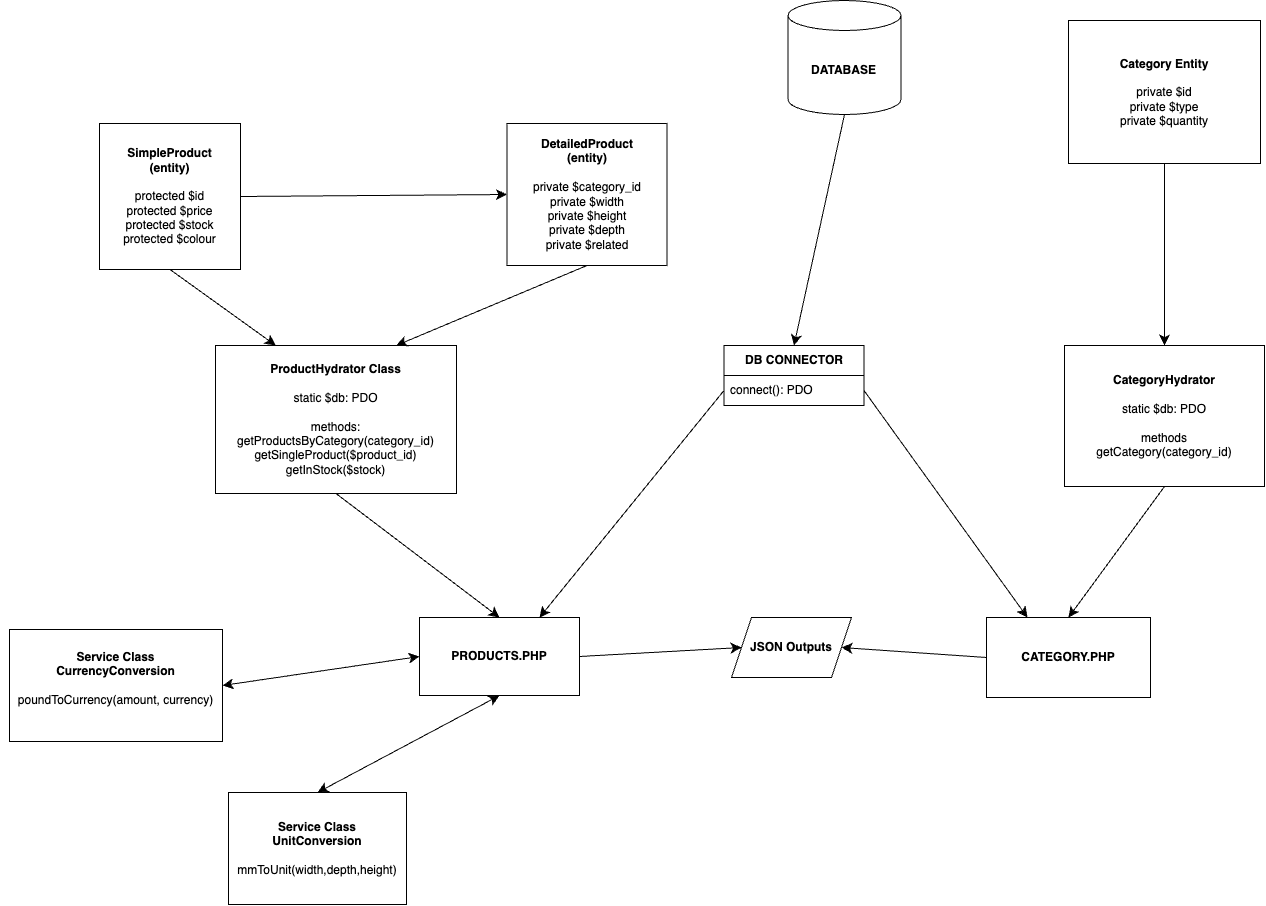
Before: furnitureStoreApi.drawio.png, a diagram exported from draw.io (iO-Academy/24-jul-hippos-furniture-store-API). Source tidied: cells renumbered, new cells last; positions are measured from the earlier drawing's top-left corner, leaving out a move shared by most shapes. The source it was exported from:
```xml
<mxGraphModel>
  <root>
    <mxCell id="0" />
    <mxCell id="1" parent="0" />
    <mxCell id="2" style="edgeStyle=none;curved=1;rounded=0;jettySize=auto;html=1;exitX=1;exitY=0.5;exitDx=0;exitDy=0;fontSize=12;startSize=8;endSize=8;entryX=0.25;entryY=0;entryDx=0;entryDy=0;" parent="1" edge="1" source="27" target="18">
      <mxGeometry relative="1" as="geometry" />
    </mxCell>
    <mxCell id="3" value="&lt;b&gt;Category Entity&lt;/b&gt;&lt;div&gt;&lt;br&gt;&lt;/div&gt;&lt;div&gt;private $id&lt;/div&gt;&lt;div&gt;private $type&lt;/div&gt;&lt;div&gt;private $quantity&lt;/div&gt;" style="rounded=0;whiteSpace=wrap;html=1;" parent="1" vertex="1">
      <mxGeometry x="1059" y="20" width="192" height="143" as="geometry" />
    </mxCell>
    <mxCell id="4" style="edgeStyle=none;curved=1;rounded=0;jettySize=auto;html=1;exitX=0.5;exitY=1;exitDx=0;exitDy=0;entryX=0.5;entryY=0;entryDx=0;entryDy=0;fontSize=12;startSize=8;endSize=8;" parent="1" edge="1" source="5" target="18">
      <mxGeometry relative="1" as="geometry" />
    </mxCell>
    <mxCell id="5" value="&lt;b&gt;CategoryHydrator&lt;/b&gt;&lt;div&gt;&lt;br&gt;&lt;/div&gt;&lt;div&gt;static $db: PDO&lt;br&gt;&lt;div&gt;&lt;br&gt;&lt;/div&gt;&lt;div&gt;&lt;div&gt;methods&lt;/div&gt;&lt;div&gt;getCategory(category_id)&lt;/div&gt;&lt;/div&gt;&lt;/div&gt;" style="rounded=0;whiteSpace=wrap;html=1;" parent="1" vertex="1">
      <mxGeometry x="1055" y="345" width="200" height="141" as="geometry" />
    </mxCell>
    <mxCell id="6" style="edgeStyle=none;curved=1;rounded=0;jettySize=auto;html=1;exitX=0.5;exitY=1;exitDx=0;exitDy=0;entryX=0.5;entryY=0;entryDx=0;entryDy=0;fontSize=12;startSize=8;endSize=8;" parent="1" edge="1" source="7" target="20">
      <mxGeometry relative="1" as="geometry" />
    </mxCell>
    <mxCell id="7" value="&lt;b&gt;ProductHydrator Class&lt;/b&gt;&lt;div&gt;&lt;br&gt;&lt;/div&gt;&lt;div&gt;static $db: PDO&lt;br&gt;&lt;div&gt;&lt;br&gt;&lt;/div&gt;&lt;div&gt;&lt;div&gt;methods:&lt;/div&gt;&lt;div&gt;getProductsByCategory(category_id)&lt;/div&gt;&lt;div&gt;getSingleProduct($product_id)&lt;/div&gt;&lt;/div&gt;&lt;/div&gt;&lt;div&gt;getInStock($stock)&lt;/div&gt;" style="rounded=0;whiteSpace=wrap;html=1;" parent="1" vertex="1">
      <mxGeometry x="206" y="345" width="241" height="148" as="geometry" />
    </mxCell>
    <mxCell id="8" style="edgeStyle=none;curved=1;rounded=0;jettySize=auto;html=1;exitX=0.5;exitY=1;exitDx=0;exitDy=0;entryX=0.25;entryY=0;entryDx=0;entryDy=0;fontSize=12;startSize=8;endSize=8;" parent="1" edge="1" source="10" target="7">
      <mxGeometry relative="1" as="geometry" />
    </mxCell>
    <mxCell id="9" style="edgeStyle=none;curved=1;rounded=0;jettySize=auto;html=1;exitX=1;exitY=0.5;exitDx=0;exitDy=0;entryX=0;entryY=0.5;entryDx=0;entryDy=0;fontSize=12;startSize=8;endSize=8;" parent="1" edge="1" source="10" target="22">
      <mxGeometry relative="1" as="geometry" />
    </mxCell>
    <mxCell id="10" value="&lt;b&gt;SimpleProduct&lt;/b&gt;&lt;div&gt;&lt;b&gt;(entity)&lt;br&gt;&lt;/b&gt;&lt;div&gt;&lt;br&gt;&lt;/div&gt;&lt;div&gt;protected $id&lt;/div&gt;&lt;div&gt;protected $price&lt;/div&gt;&lt;div&gt;protected $stock&lt;/div&gt;&lt;div&gt;protected $colour&lt;/div&gt;&lt;/div&gt;" style="rounded=0;whiteSpace=wrap;html=1;" parent="1" vertex="1">
      <mxGeometry x="90" y="123" width="141" height="146" as="geometry" />
    </mxCell>
    <mxCell id="11" style="endArrow=classic;html=1;rounded=0;fontSize=12;startSize=8;endSize=8;curved=1;exitX=0;exitY=0.5;exitDx=0;exitDy=0;entryX=0.75;entryY=0;entryDx=0;entryDy=0;" parent="1" edge="1" source="27" target="20">
      <mxGeometry relative="1" as="geometry" />
    </mxCell>
    <mxCell id="12" style="endArrow=classic;html=1;rounded=0;fontSize=12;startSize=8;endSize=8;curved=1;exitX=0.5;exitY=1;exitDx=0;exitDy=0;entryX=0.5;entryY=0;entryDx=0;entryDy=0;" parent="1" edge="1" source="3" target="5">
      <mxGeometry relative="1" as="geometry" />
    </mxCell>
    <mxCell id="13" style="endArrow=classic;html=1;rounded=0;fontSize=12;startSize=8;endSize=8;curved=1;exitX=0.5;exitY=1;exitDx=0;exitDy=0;entryX=0.5;entryY=0;entryDx=0;entryDy=0;exitPerimeter=0;" parent="1" edge="1" source="25" target="26">
      <mxGeometry relative="1" as="geometry" />
    </mxCell>
    <mxCell id="14" value="&lt;b&gt;Service Class&lt;/b&gt;&lt;div&gt;&lt;b&gt;UnitConversion&lt;/b&gt;&lt;/div&gt;&lt;div&gt;&lt;br&gt;&lt;/div&gt;&lt;div&gt;mmToUnit(width,depth,height)&lt;/div&gt;" style="rounded=0;whiteSpace=wrap;html=1;" parent="1" vertex="1">
      <mxGeometry x="219" y="792" width="178" height="112" as="geometry" />
    </mxCell>
    <mxCell id="15" value="&lt;b&gt;Service Class&lt;/b&gt;&lt;div&gt;&lt;b&gt;CurrencyConversion&lt;/b&gt;&lt;/div&gt;&lt;div&gt;&lt;br&gt;&lt;/div&gt;&lt;div&gt;poundToCurrency(amount, currency)&lt;/div&gt;&lt;div&gt;&lt;br&gt;&lt;/div&gt;" style="rounded=0;whiteSpace=wrap;html=1;" parent="1" vertex="1">
      <mxGeometry y="629" width="213" height="112" as="geometry" />
    </mxCell>
    <mxCell id="16" style="edgeStyle=none;curved=1;rounded=0;orthogonalLoop=1;jettySize=auto;html=1;exitX=0;exitY=1;exitDx=0;exitDy=0;fontSize=12;startSize=8;endSize=8;" parent="1" edge="1" source="15" target="15">
      <mxGeometry relative="1" as="geometry" />
    </mxCell>
    <mxCell id="17" style="edgeStyle=none;curved=1;rounded=0;jettySize=auto;html=1;exitX=0;exitY=0.5;exitDx=0;exitDy=0;entryX=1;entryY=0.5;entryDx=0;entryDy=0;fontSize=12;startSize=8;endSize=8;" parent="1" edge="1" source="18" target="28">
      <mxGeometry relative="1" as="geometry" />
    </mxCell>
    <mxCell id="18" value="&lt;b&gt;CATEGORY.PHP&lt;/b&gt;" style="rounded=0;whiteSpace=wrap;html=1;" parent="1" vertex="1">
      <mxGeometry x="977" y="617" width="164" height="80" as="geometry" />
    </mxCell>
    <mxCell id="19" style="edgeStyle=none;curved=1;rounded=0;jettySize=auto;html=1;exitX=1;exitY=0.5;exitDx=0;exitDy=0;entryX=0;entryY=0.5;entryDx=0;entryDy=0;fontSize=12;startSize=8;endSize=8;" parent="1" edge="1" source="20" target="28">
      <mxGeometry relative="1" as="geometry" />
    </mxCell>
    <mxCell id="20" value="&lt;b&gt;PRODUCTS.PHP&lt;/b&gt;" style="rounded=0;whiteSpace=wrap;html=1;" parent="1" vertex="1">
      <mxGeometry x="410" y="617" width="160" height="78" as="geometry" />
    </mxCell>
    <mxCell id="21" style="edgeStyle=none;curved=1;rounded=0;jettySize=auto;html=1;exitX=0.5;exitY=1;exitDx=0;exitDy=0;entryX=0.75;entryY=0;entryDx=0;entryDy=0;fontSize=12;startSize=8;endSize=8;" parent="1" edge="1" source="22" target="7">
      <mxGeometry relative="1" as="geometry" />
    </mxCell>
    <mxCell id="22" value="&lt;b&gt;DetailedProduct&lt;/b&gt;&lt;div&gt;&lt;b&gt;(entity)&lt;/b&gt;&lt;/div&gt;&lt;div&gt;&lt;br&gt;&lt;/div&gt;&lt;div&gt;private $category_id&lt;/div&gt;&lt;div&gt;private $width&lt;/div&gt;&lt;div&gt;private $height&lt;/div&gt;&lt;div&gt;private $depth&lt;/div&gt;&lt;div&gt;private $related&lt;/div&gt;" style="rounded=0;whiteSpace=wrap;html=1;" parent="1" vertex="1">
      <mxGeometry x="497.5" y="123" width="160" height="142" as="geometry" />
    </mxCell>
    <mxCell id="23" style="endArrow=classic;startArrow=classic;html=1;rounded=0;fontSize=12;startSize=8;endSize=8;curved=1;exitX=0.5;exitY=0;exitDx=0;exitDy=0;entryX=0.5;entryY=1;entryDx=0;entryDy=0;" parent="1" edge="1" source="14" target="20">
      <mxGeometry relative="1" as="geometry" />
    </mxCell>
    <mxCell id="24" style="endArrow=classic;startArrow=classic;html=1;rounded=0;fontSize=12;startSize=8;endSize=8;curved=1;exitX=1;exitY=0.5;exitDx=0;exitDy=0;entryX=0;entryY=0.5;entryDx=0;entryDy=0;" parent="1" edge="1" source="15" target="20">
      <mxGeometry relative="1" as="geometry" />
    </mxCell>
    <mxCell id="25" value="&lt;b&gt;DATABASE&lt;/b&gt;" style="shape=cylinder3;whiteSpace=wrap;html=1;boundedLbl=1;backgroundOutline=1;size=15;" parent="1" vertex="1">
      <mxGeometry x="778.5" width="113" height="114" as="geometry" />
    </mxCell>
    <mxCell id="26" value="&lt;b&gt;DB CONNECTOR&lt;/b&gt;" style="swimlane;fontStyle=0;horizontal=1;startSize=30;whiteSpace=wrap;html=1;" parent="1" vertex="1">
      <mxGeometry x="714.5" y="345" width="140" height="60" as="geometry" />
    </mxCell>
    <mxCell id="27" value="connect(): PDO" style="text;strokeColor=none;fillColor=none;align=left;verticalAlign=middle;spacingLeft=4;spacingRight=4;overflow=hidden;points=[[0,0.5],[1,0.5]];portConstraint=eastwest;whiteSpace=wrap;html=1;" parent="26" vertex="1">
      <mxGeometry y="30" width="140" height="30" as="geometry" />
    </mxCell>
    <mxCell id="28" value="&lt;b&gt;JSON Outputs&lt;/b&gt;" style="shape=parallelogram;perimeter=parallelogramPerimeter;whiteSpace=wrap;html=1;fixedSize=1;" parent="1" vertex="1">
      <mxGeometry x="722" y="617" width="120" height="60" as="geometry" />
    </mxCell>
  </root>
</mxGraphModel>
```
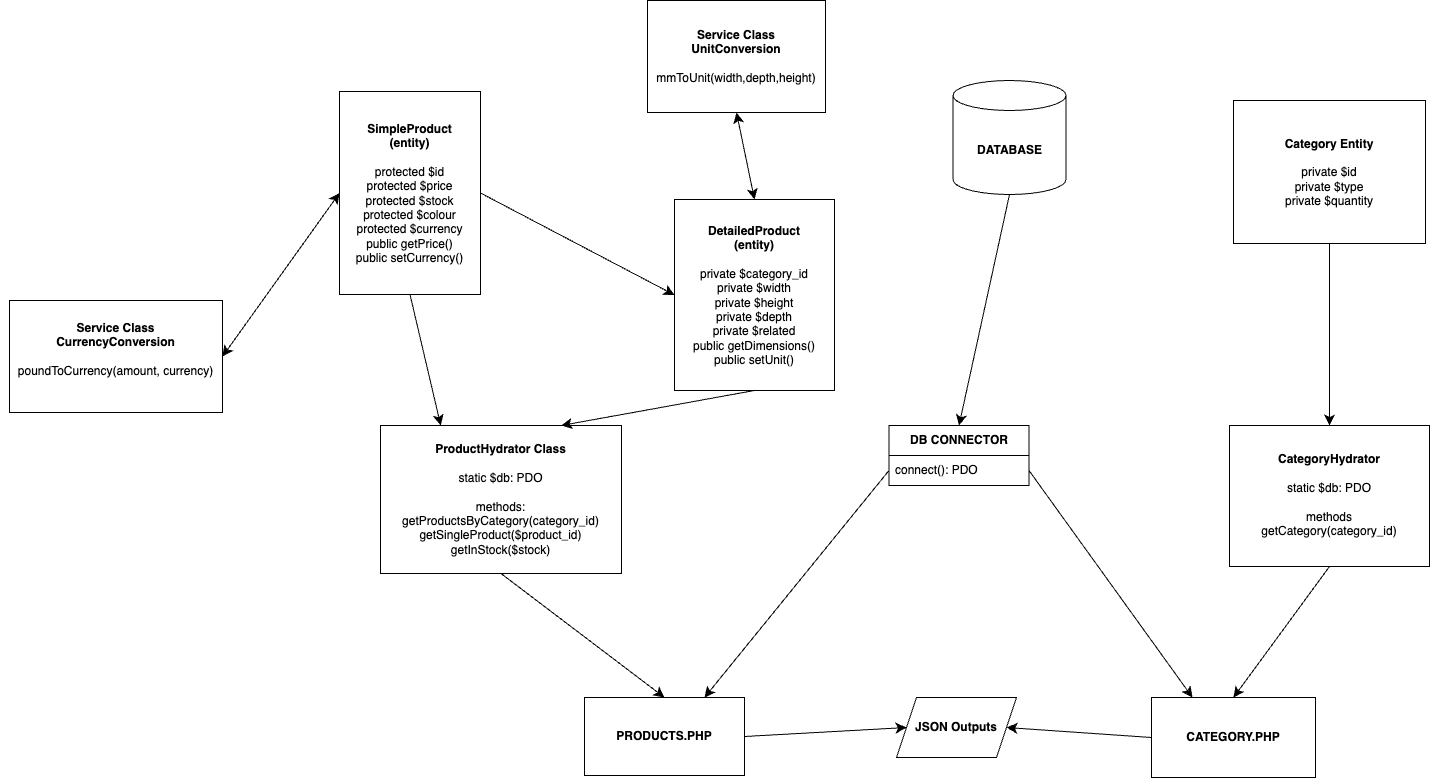
Above is the later version.

Commit message:
more trainer review changes

Diff of the diagram source:
```diff
@@ -26,8 +26,8 @@
     <mxCell id="9" style="edgeStyle=none;curved=1;rounded=0;jettySize=auto;html=1;exitX=1;exitY=0.5;exitDx=0;exitDy=0;entryX=0;entryY=0.5;entryDx=0;entryDy=0;fontSize=12;startSize=8;endSize=8;" parent="1" edge="1" source="10" target="22">
       <mxGeometry relative="1" as="geometry" />
     </mxCell>
-    <mxCell id="10" value="&lt;b&gt;SimpleProduct&lt;/b&gt;&lt;div&gt;&lt;b&gt;(entity)&lt;br&gt;&lt;/b&gt;&lt;div&gt;&lt;br&gt;&lt;/div&gt;&lt;div&gt;protected $id&lt;/div&gt;&lt;div&gt;protected $price&lt;/div&gt;&lt;div&gt;protected $stock&lt;/div&gt;&lt;div&gt;protected $colour&lt;/div&gt;&lt;/div&gt;" style="rounded=0;whiteSpace=wrap;html=1;" parent="1" vertex="1">
-      <mxGeometry x="90" y="123" width="141" height="146" as="geometry" />
+    <mxCell id="10" value="&lt;b&gt;SimpleProduct&lt;/b&gt;&lt;div&gt;&lt;b&gt;(entity)&lt;br&gt;&lt;/b&gt;&lt;div&gt;&lt;br&gt;&lt;/div&gt;&lt;div&gt;protected $id&lt;/div&gt;&lt;div&gt;protected $price&lt;/div&gt;&lt;div&gt;protected $stock&lt;/div&gt;&lt;div&gt;protected $colour&lt;/div&gt;&lt;/div&gt;&lt;div&gt;protected $currency&lt;/div&gt;&lt;div&gt;public getPrice()&lt;/div&gt;&lt;div&gt;public setCurrency()&lt;/div&gt;" style="rounded=0;whiteSpace=wrap;html=1;" parent="1" vertex="1">
+      <mxGeometry x="165" y="11" width="141" height="203" as="geometry" />
     </mxCell>
     <mxCell id="11" style="endArrow=classic;html=1;rounded=0;fontSize=12;startSize=8;endSize=8;curved=1;exitX=0;exitY=0.5;exitDx=0;exitDy=0;entryX=0.75;entryY=0;entryDx=0;entryDy=0;" parent="1" edge="1" source="27" target="20">
       <mxGeometry relative="1" as="geometry" />
@@ -39,10 +39,10 @@
       <mxGeometry relative="1" as="geometry" />
     </mxCell>
     <mxCell id="14" value="&lt;b&gt;Service Class&lt;/b&gt;&lt;div&gt;&lt;b&gt;UnitConversion&lt;/b&gt;&lt;/div&gt;&lt;div&gt;&lt;br&gt;&lt;/div&gt;&lt;div&gt;mmToUnit(width,depth,height)&lt;/div&gt;" style="rounded=0;whiteSpace=wrap;html=1;" parent="1" vertex="1">
-      <mxGeometry x="219" y="792" width="178" height="112" as="geometry" />
+      <mxGeometry x="473" y="-80" width="178" height="112" as="geometry" />
     </mxCell>
     <mxCell id="15" value="&lt;b&gt;Service Class&lt;/b&gt;&lt;div&gt;&lt;b&gt;CurrencyConversion&lt;/b&gt;&lt;/div&gt;&lt;div&gt;&lt;br&gt;&lt;/div&gt;&lt;div&gt;poundToCurrency(amount, currency)&lt;/div&gt;&lt;div&gt;&lt;br&gt;&lt;/div&gt;" style="rounded=0;whiteSpace=wrap;html=1;" parent="1" vertex="1">
-      <mxGeometry y="629" width="213" height="112" as="geometry" />
+      <mxGeometry x="-165" y="220" width="213" height="112" as="geometry" />
     </mxCell>
     <mxCell id="16" style="edgeStyle=none;curved=1;rounded=0;orthogonalLoop=1;jettySize=auto;html=1;exitX=0;exitY=1;exitDx=0;exitDy=0;fontSize=12;startSize=8;endSize=8;" parent="1" edge="1" source="15" target="15">
       <mxGeometry relative="1" as="geometry" />
@@ -62,13 +62,13 @@
     <mxCell id="21" style="edgeStyle=none;curved=1;rounded=0;jettySize=auto;html=1;exitX=0.5;exitY=1;exitDx=0;exitDy=0;entryX=0.75;entryY=0;entryDx=0;entryDy=0;fontSize=12;startSize=8;endSize=8;" parent="1" edge="1" source="22" target="7">
       <mxGeometry relative="1" as="geometry" />
     </mxCell>
-    <mxCell id="22" value="&lt;b&gt;DetailedProduct&lt;/b&gt;&lt;div&gt;&lt;b&gt;(entity)&lt;/b&gt;&lt;/div&gt;&lt;div&gt;&lt;br&gt;&lt;/div&gt;&lt;div&gt;private $category_id&lt;/div&gt;&lt;div&gt;private $width&lt;/div&gt;&lt;div&gt;private $height&lt;/div&gt;&lt;div&gt;private $depth&lt;/div&gt;&lt;div&gt;private $related&lt;/div&gt;" style="rounded=0;whiteSpace=wrap;html=1;" parent="1" vertex="1">
-      <mxGeometry x="497.5" y="123" width="160" height="142" as="geometry" />
+    <mxCell id="22" value="&lt;b&gt;DetailedProduct&lt;/b&gt;&lt;div&gt;&lt;b&gt;(entity)&lt;/b&gt;&lt;/div&gt;&lt;div&gt;&lt;br&gt;&lt;/div&gt;&lt;div&gt;private $category_id&lt;/div&gt;&lt;div&gt;private $width&lt;/div&gt;&lt;div&gt;private $height&lt;/div&gt;&lt;div&gt;private $depth&lt;/div&gt;&lt;div&gt;private $related&lt;/div&gt;&lt;div&gt;public getDimensions()&lt;/div&gt;&lt;div&gt;public setUnit()&lt;/div&gt;" style="rounded=0;whiteSpace=wrap;html=1;" parent="1" vertex="1">
+      <mxGeometry x="500" y="119" width="160" height="191" as="geometry" />
     </mxCell>
-    <mxCell id="23" style="endArrow=classic;startArrow=classic;html=1;rounded=0;fontSize=12;startSize=8;endSize=8;curved=1;exitX=0.5;exitY=0;exitDx=0;exitDy=0;entryX=0.5;entryY=1;entryDx=0;entryDy=0;" parent="1" edge="1" source="14" target="20">
+    <mxCell id="23" style="endArrow=classic;startArrow=classic;html=1;rounded=0;fontSize=12;startSize=8;endSize=8;curved=1;exitX=0.5;exitY=1;exitDx=0;exitDy=0;entryX=0.5;entryY=0;entryDx=0;entryDy=0;" parent="1" edge="1" source="14" target="22">
       <mxGeometry relative="1" as="geometry" />
     </mxCell>
-    <mxCell id="24" style="endArrow=classic;startArrow=classic;html=1;rounded=0;fontSize=12;startSize=8;endSize=8;curved=1;exitX=1;exitY=0.5;exitDx=0;exitDy=0;entryX=0;entryY=0.5;entryDx=0;entryDy=0;" parent="1" edge="1" source="15" target="20">
+    <mxCell id="24" style="endArrow=classic;startArrow=classic;html=1;rounded=0;fontSize=12;startSize=8;endSize=8;curved=1;exitX=1;exitY=0.5;exitDx=0;exitDy=0;entryX=0;entryY=0.5;entryDx=0;entryDy=0;" parent="1" edge="1" source="15" target="10">
       <mxGeometry relative="1" as="geometry" />
     </mxCell>
     <mxCell id="25" value="&lt;b&gt;DATABASE&lt;/b&gt;" style="shape=cylinder3;whiteSpace=wrap;html=1;boundedLbl=1;backgroundOutline=1;size=15;" parent="1" vertex="1">
```
